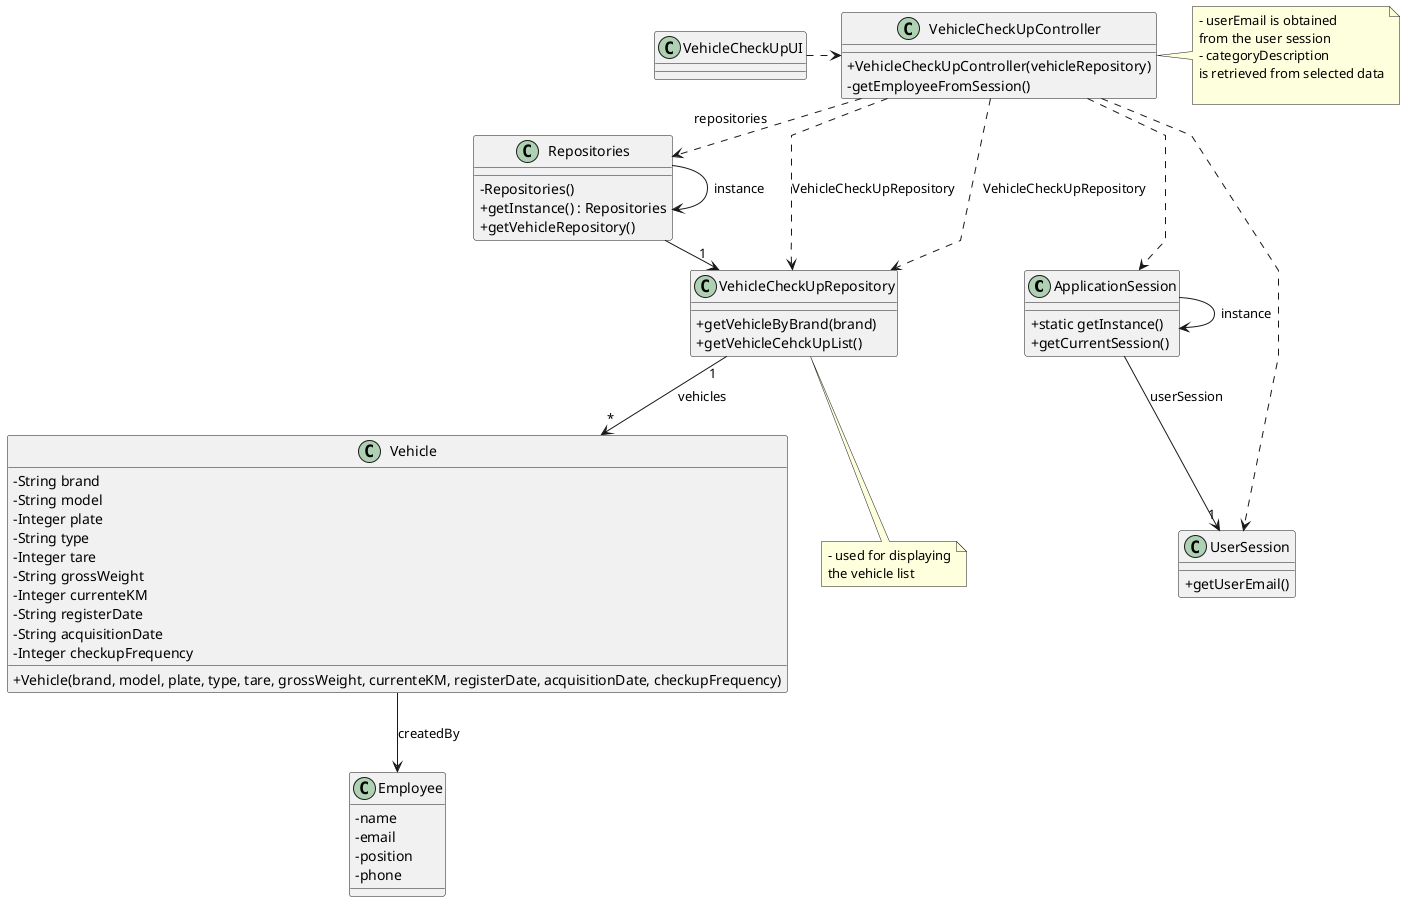
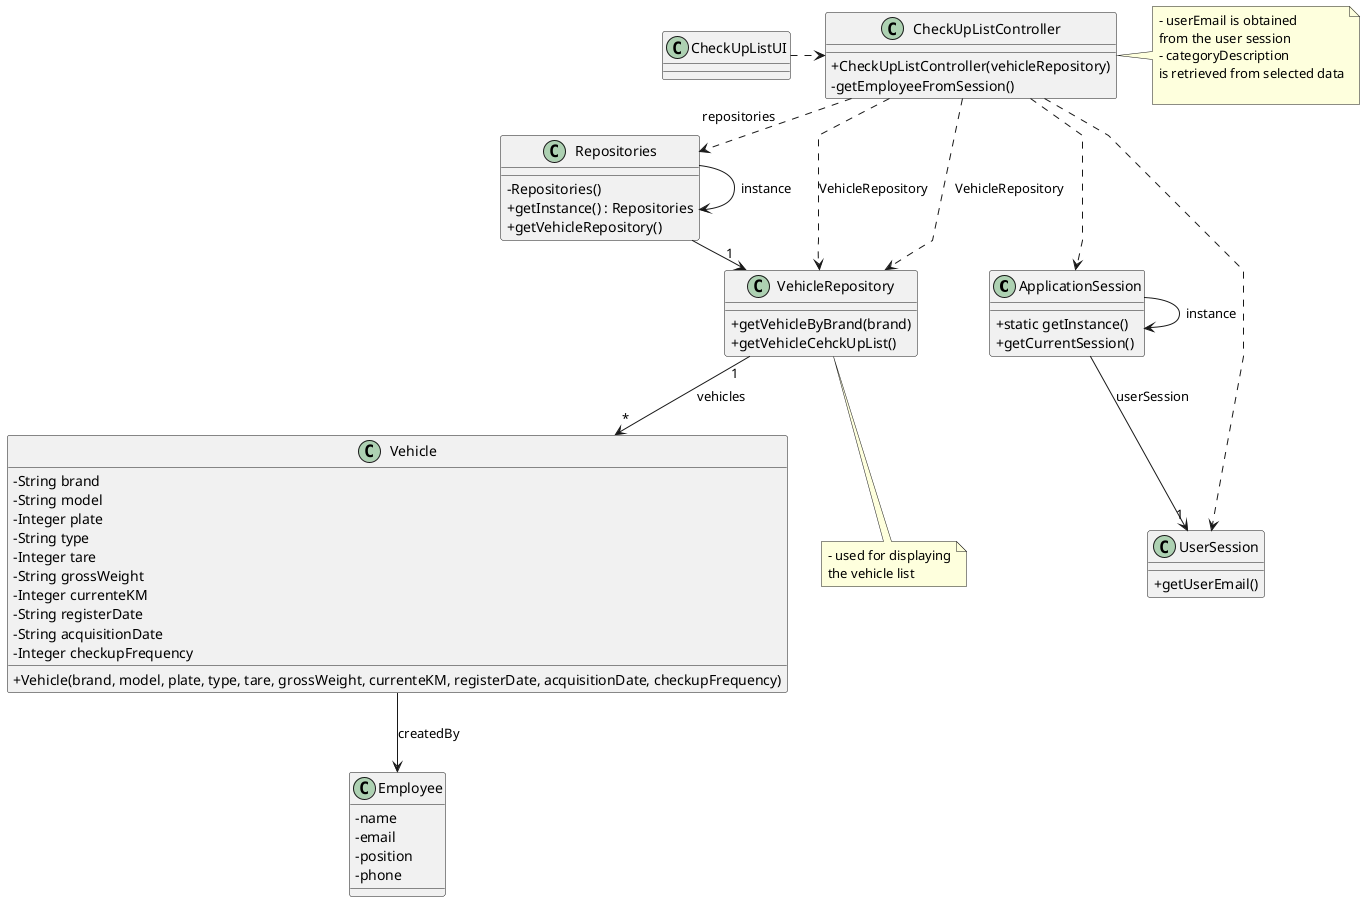
@startuml
'skinparam monochrome true
skinparam packageStyle rectangle
skinparam shadowing false
skinparam linetype polyline
'skinparam linetype orto

skinparam classAttributeIconSize 0

'left to right direction

class ApplicationSession
{
    + static getInstance()
    + getCurrentSession()
}

class UserSession
{
    + getUserEmail()
}

class Employee {
    - name
    - email
    - position
    - phone
}

class Vehicle {
    - String brand
    - String model
    - Integer plate
    - String type
    - Integer tare
    - String grossWeight
    - Integer currenteKM
    - String registerDate
    - String acquisitionDate
    - Integer checkupFrequency

    + Vehicle(brand, model, plate, type, tare, grossWeight, currenteKM, registerDate, acquisitionDate, checkupFrequency)
}



- class VehicleCheckUpRepository {
+ class VehicleRepository {
    + getVehicleByBrand(brand)
    + getVehicleCehckUpList()

}


class Repositories {
    - Repositories()
    + getInstance() : Repositories
    + getVehicleRepository()
}

- class VehicleCheckUpController {
-     + VehicleCheckUpController(vehicleRepository)
+ class CheckUpListController {
+     + CheckUpListController(vehicleRepository)
    - getEmployeeFromSession()
}

- note right of VehicleCheckUpController
+ note right of CheckUpListController
    - userEmail is obtained
    from the user session
    - categoryDescription
    is retrieved from selected data

end note

- note bottom of VehicleCheckUpRepository
+ note bottom of VehicleRepository
    - used for displaying
    the vehicle list
end note

- class VehicleCheckUpUI {
+ class CheckUpListUI {
}


- Repositories -> "1" VehicleCheckUpRepository
+ Repositories -> "1" VehicleRepository
Repositories -> Repositories : instance

ApplicationSession -> ApplicationSession : instance
ApplicationSession --> "1" UserSession : userSession

- VehicleCheckUpUI .> VehicleCheckUpController
+ CheckUpListUI .> CheckUpListController

- VehicleCheckUpController .> Repositories : repositories
- VehicleCheckUpController ..> ApplicationSession
- VehicleCheckUpController ..> UserSession
- VehicleCheckUpController ..> VehicleCheckUpRepository : VehicleCheckUpRepository
- VehicleCheckUpController ..> VehicleCheckUpRepository : VehicleCheckUpRepository
+ CheckUpListController .> Repositories : repositories
+ CheckUpListController ..> ApplicationSession
+ CheckUpListController ..> UserSession
+ CheckUpListController ..> VehicleRepository : VehicleRepository
+ CheckUpListController ..> VehicleRepository : VehicleRepository

Vehicle --> Employee : createdBy

- VehicleCheckUpRepository "1" --> "*" Vehicle : vehicles
+ VehicleRepository "1" --> "*" Vehicle : vehicles

@enduml